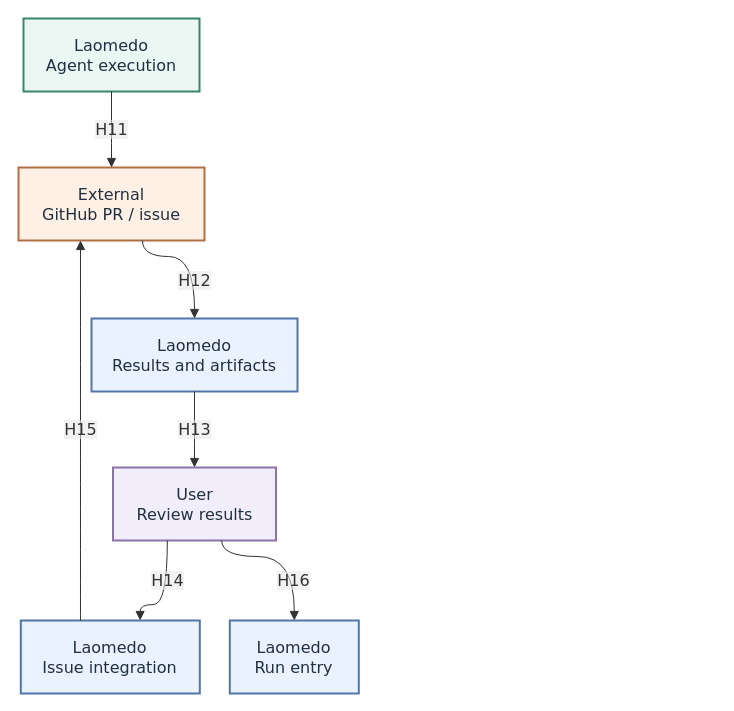
The draw.io diagram page "2 - Outputs and follow-up" (2 of 2) of projects/laomedo/architecture/subsystem-handoffs.drawio in amadou-6e/specs, before the edit. Source tidied: cells renumbered, new cells numbered last; positions are measured from the earlier drawing's top-left corner, leaving out a move shared by most shapes. Both pictures are drawn from the tidied source at 100%, with x=0, y=0 at pixel (18, 18).
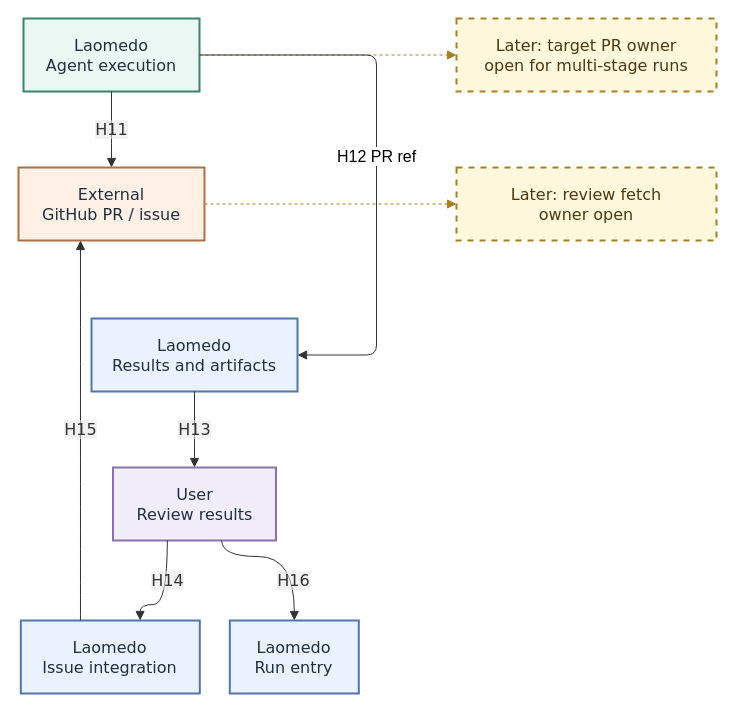
The same diagram, later.

Unchanged cells that the change refers to:
```xml
<mxCell id="2" value="Laomedo&#10;Agent execution" style="html=1;whiteSpace=wrap;strokeWidth=2;fillColor=#eaf7f3;strokeColor=#39856c;fontColor=#203040;fontFamily=Trebuchet MS,Verdana,Arial,sans-serif;fontSize=16;" parent="1" vertex="1">
  <mxGeometry x="5" width="176" height="73" as="geometry" />
</mxCell>
<mxCell id="3" value="Laomedo&#10;Results and artifacts" style="html=1;whiteSpace=wrap;strokeWidth=2;fillColor=#eaf1ff;strokeColor=#5376a9;fontColor=#203040;fontFamily=Trebuchet MS,Verdana,Arial,sans-serif;fontSize=16;" parent="1" vertex="1">
  <mxGeometry x="73" y="300" width="206" height="73" as="geometry" />
</mxCell>
<mxCell id="4" value="External&#10;GitHub PR / issue" style="html=1;whiteSpace=wrap;strokeWidth=2;fillColor=#fff0e5;strokeColor=#ad7145;fontColor=#203040;fontFamily=Trebuchet MS,Verdana,Arial,sans-serif;fontSize=16;" parent="1" vertex="1">
  <mxGeometry y="149" width="186" height="73" as="geometry" />
</mxCell>
```

The edit, as a diff of the source:
```diff
@@
+    <mxCell id="14" value="Later: target PR owner&#10;open for multi-stage runs" style="html=1;whiteSpace=wrap;strokeWidth=2;dashed=1;fillColor=#fff8dd;strokeColor=#a78024;fontColor=#4b3910;fontFamily=Trebuchet MS,Verdana,Arial,sans-serif;fontSize=16;" parent="1" vertex="1">
+      <mxGeometry x="438" width="260" height="73" as="geometry" />
+    </mxCell>
+    <mxCell id="15" value="Later: review fetch&#10;owner open" style="html=1;whiteSpace=wrap;strokeWidth=2;dashed=1;fillColor=#fff8dd;strokeColor=#a78024;fontColor=#4b3910;fontFamily=Trebuchet MS,Verdana,Arial,sans-serif;fontSize=16;" parent="1" vertex="1">
+      <mxGeometry x="438" y="149" width="260" height="73" as="geometry" />
+    </mxCell>
+    <mxCell id="16" style="html=1;edgeStyle=orthogonalEdgeStyle;dashed=1;strokeColor=#a78024;endArrow=block;endSize=7;" parent="1" edge="1" source="2" target="14">
+      <mxGeometry relative="1" as="geometry" />
+    </mxCell>
+    <mxCell id="17" style="html=1;edgeStyle=orthogonalEdgeStyle;dashed=1;strokeColor=#a78024;endArrow=block;endSize=7;" parent="1" edge="1" source="4" target="15">
+      <mxGeometry relative="1" as="geometry" />
+    </mxCell>
@@
-    <mxCell id="9" value="H12" style="curved=1;startArrow=none;endArrow=block;endSize=7;strokeColor=light-dark(#333333,#cccccc);html=1;fontSize=16;labelBackgroundColor=light-dark(#E8E8E88D,#2a2a2a8D);fontFamily=Trebuchet MS,Verdana,Arial,sans-serif;fontColor=light-dark(#333333,#cccccc);exitX=0.6667;exitY=1;entryX=0.5;entryY=0;edgeStyle=orthogonalEdgeStyle;" parent="1" edge="1" source="4" target="3">
+    <mxCell id="9" value="H12 PR ref" style="html=1;endArrow=block;endSize=7;strokeColor=light-dark(#333333,#cccccc);fontSize=16;edgeStyle=orthogonalEdgeStyle;exitX=1;exitY=0.5;entryX=1;entryY=0.5;" parent="1" edge="1" source="2" target="3">
       <mxGeometry relative="1" as="geometry">
         <Array as="points">
-          <mxPoint x="124" y="238" />
-          <mxPoint x="176" y="238" />
+          <mxPoint x="358" y="36" />
+          <mxPoint x="358" y="336" />
         </Array>
-        <mxPoint x="3" y="24" as="offset" />
       </mxGeometry>
     </mxCell>
```
